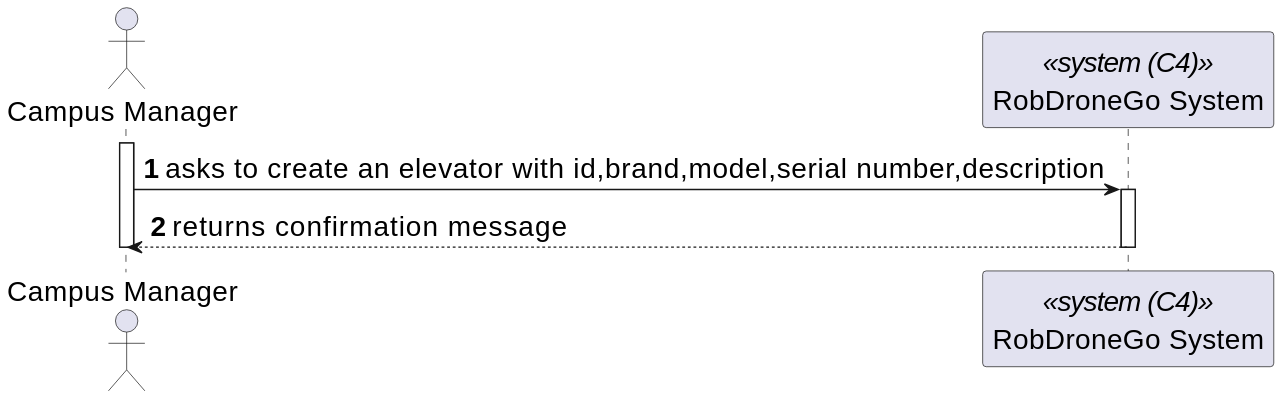
Above: _wiki/sprint-a/us13-270/views/level-1/assets/process-view.svg in miseEnPlace-dev/lapr5 (PlantUML), before the change. Source of this version:
```plantuml
@startuml
skinparamlocked defaultFontSize 20
autonumber

actor CM as "Campus Manager"
participant SYS as "RobDroneGo System" <<system (C4)>>

activate CM

CM -> SYS : asks to create an elevator with id,brand,model,serial number,description
activate SYS
CM <-- SYS : returns confirmation message
deactivate SYS

deactivate CM
@enduml
```
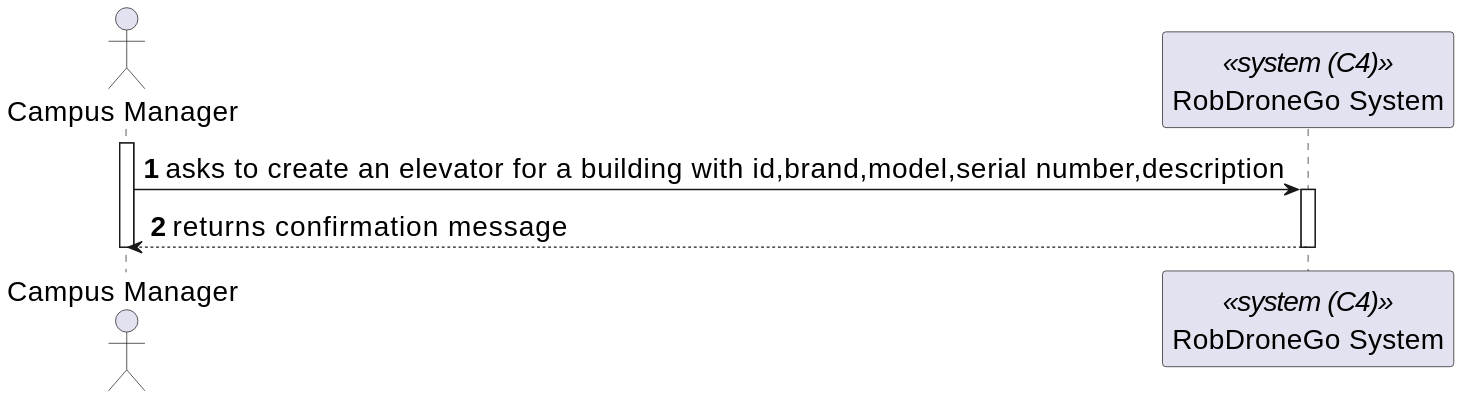
The same file after the commit.

Change to the diagram source:
```diff
@@ -7,7 +7,7 @@
 
 activate CM
 
-CM -> SYS : asks to create an elevator with id,brand,model,serial number,description
+CM -> SYS : asks to create an elevator for a building with id,brand,model,serial number,description
 activate SYS
 CM <-- SYS : returns confirmation message
 deactivate SYS
```
